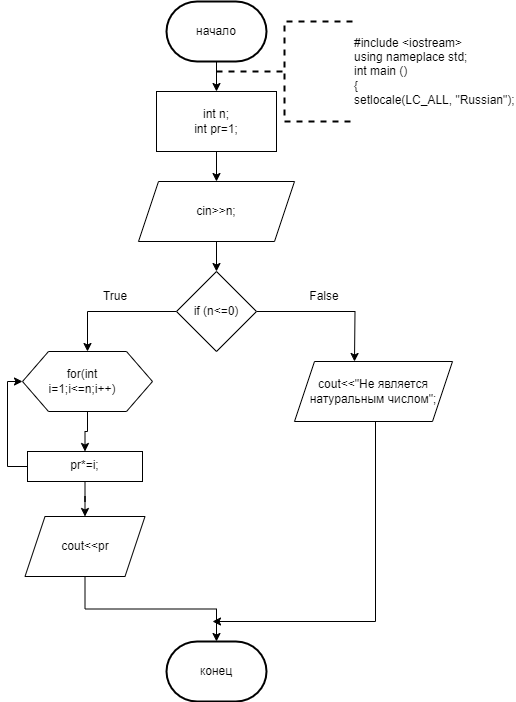
This is 2_2.drawio.png from ksinph/PSTU_LABS_2023, a draw.io export, as it was before one commit. Source tidied: cells renumbered, new cells last; positions are measured from the earlier drawing's top-left corner, leaving out a move shared by most shapes.
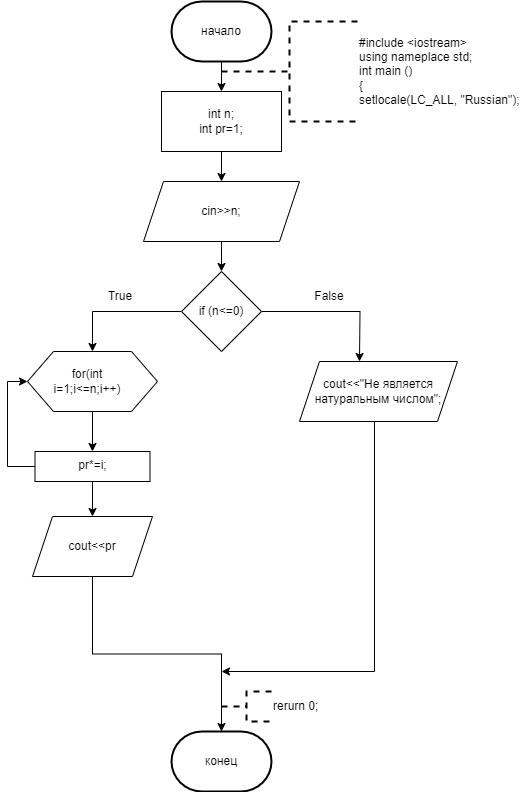
After the change.

What changed in the source:
```diff
@@ -33,10 +33,10 @@
     </mxCell>
     <mxCell id="11" style="edgeStyle=orthogonalEdgeStyle;rounded=0;orthogonalLoop=1;jettySize=auto;html=1;exitX=0.5;exitY=1;exitDx=0;exitDy=0;" parent="1" edge="1">
       <mxGeometry relative="1" as="geometry">
-        <mxPoint x="353" y="420" as="sourcePoint" />
-        <mxPoint x="190" y="620" as="targetPoint" />
+        <mxPoint x="347" y="420" as="sourcePoint" />
+        <mxPoint x="194" y="670" as="targetPoint" />
         <Array as="points">
-          <mxPoint x="353" y="620" />
+          <mxPoint x="347" y="670" />
         </Array>
       </mxGeometry>
     </mxCell>
@@ -59,16 +59,16 @@
       <mxGeometry relative="1" as="geometry" />
     </mxCell>
     <mxCell id="18" value="pr*=i;" style="whiteSpace=wrap;html=1;verticalAlign=top;arcSize=6;" parent="1" vertex="1">
-      <mxGeometry x="5" y="450" width="115" height="30" as="geometry" />
+      <mxGeometry x="7.5" y="450" width="115" height="30" as="geometry" />
     </mxCell>
     <mxCell id="19" value="конец" style="strokeWidth=2;html=1;shape=mxgraph.flowchart.terminator;whiteSpace=wrap;" parent="1" vertex="1">
-      <mxGeometry x="144" y="640" width="100" height="60" as="geometry" />
+      <mxGeometry x="144" y="730" width="100" height="60" as="geometry" />
     </mxCell>
     <mxCell id="20" value="#include &amp;lt;iostream&amp;gt;&lt;br&gt;using nameplace std;&lt;br&gt;int main ()&lt;br&gt;{&lt;br&gt;setlocale(LC_ALL, &quot;Russian&quot;);" style="strokeWidth=2;html=1;shape=mxgraph.flowchart.annotation_2;align=left;labelPosition=right;dashed=1;" parent="1" vertex="1">
       <mxGeometry x="194" y="20" width="136" height="100" as="geometry" />
     </mxCell>
     <mxCell id="21" value="cout&amp;lt;&amp;lt;pr" style="shape=parallelogram;perimeter=parallelogramPerimeter;whiteSpace=wrap;html=1;fixedSize=1;" parent="1" vertex="1">
-      <mxGeometry x="2.5" y="515" width="120" height="60" as="geometry" />
+      <mxGeometry x="5" y="515" width="120" height="60" as="geometry" />
     </mxCell>
     <mxCell id="22" style="edgeStyle=orthogonalEdgeStyle;rounded=0;jettySize=auto;html=1;exitX=0.5;exitY=1;exitDx=0;exitDy=0;entryX=0.5;entryY=0;entryDx=0;entryDy=0;entryPerimeter=0;" parent="1" edge="1" source="21" target="19">
       <mxGeometry relative="1" as="geometry" />
@@ -79,5 +79,8 @@
     <mxCell id="24" value="False" style="text;html=1;strokeColor=none;fillColor=none;align=center;verticalAlign=middle;whiteSpace=wrap;rounded=0;" parent="1" vertex="1">
       <mxGeometry x="272" y="280" width="60" height="30" as="geometry" />
     </mxCell>
+    <mxCell id="25" value="rerurn 0;" style="strokeWidth=2;html=1;shape=mxgraph.flowchart.annotation_2;align=left;labelPosition=right;dashed=1;" parent="1" vertex="1">
+      <mxGeometry x="194" y="690" width="50" height="30" as="geometry" />
+    </mxCell>
   </root>
 </mxGraphModel>
```
